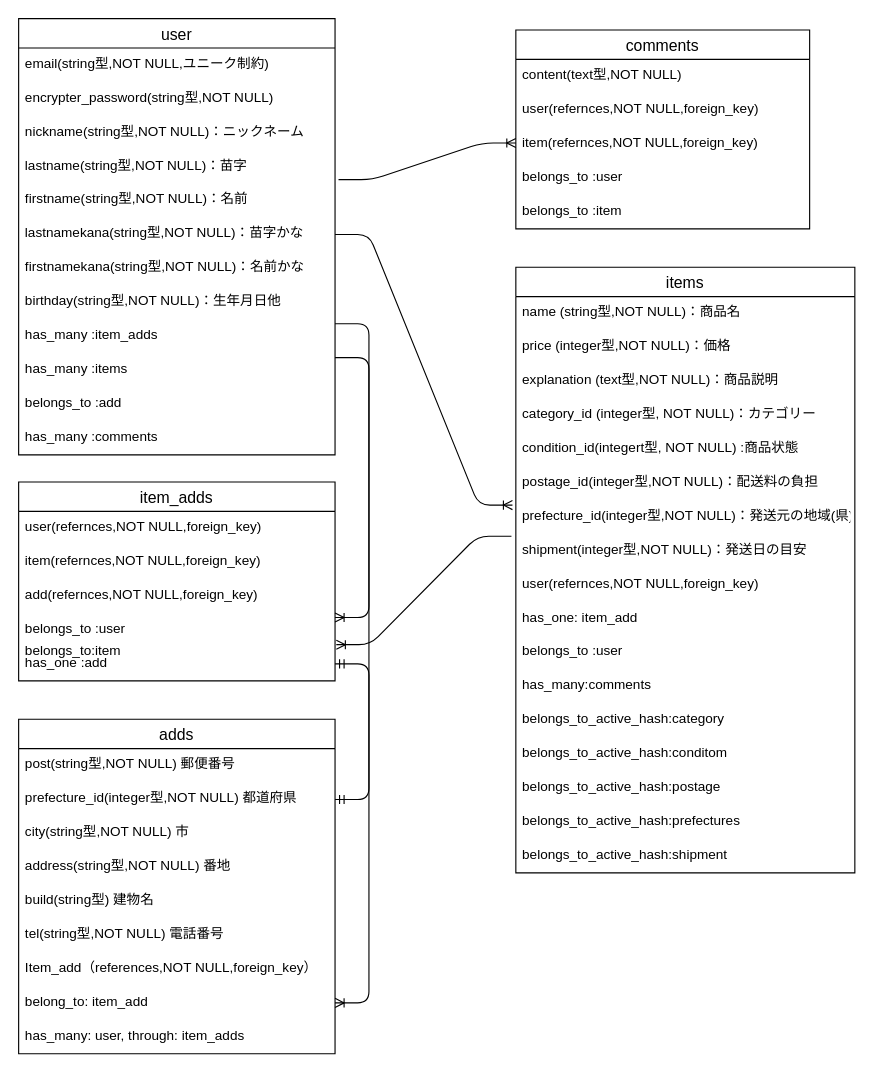
The draw.io diagram ER.dio in bitich/furima-39113, before the edit. Source tidied: cells renumbered, new cells numbered last; positions are measured from the earlier drawing's top-left corner, leaving out a move shared by most shapes. Both pictures are drawn from the tidied source at 113%, with x=0, y=0 at pixel (18, 18).
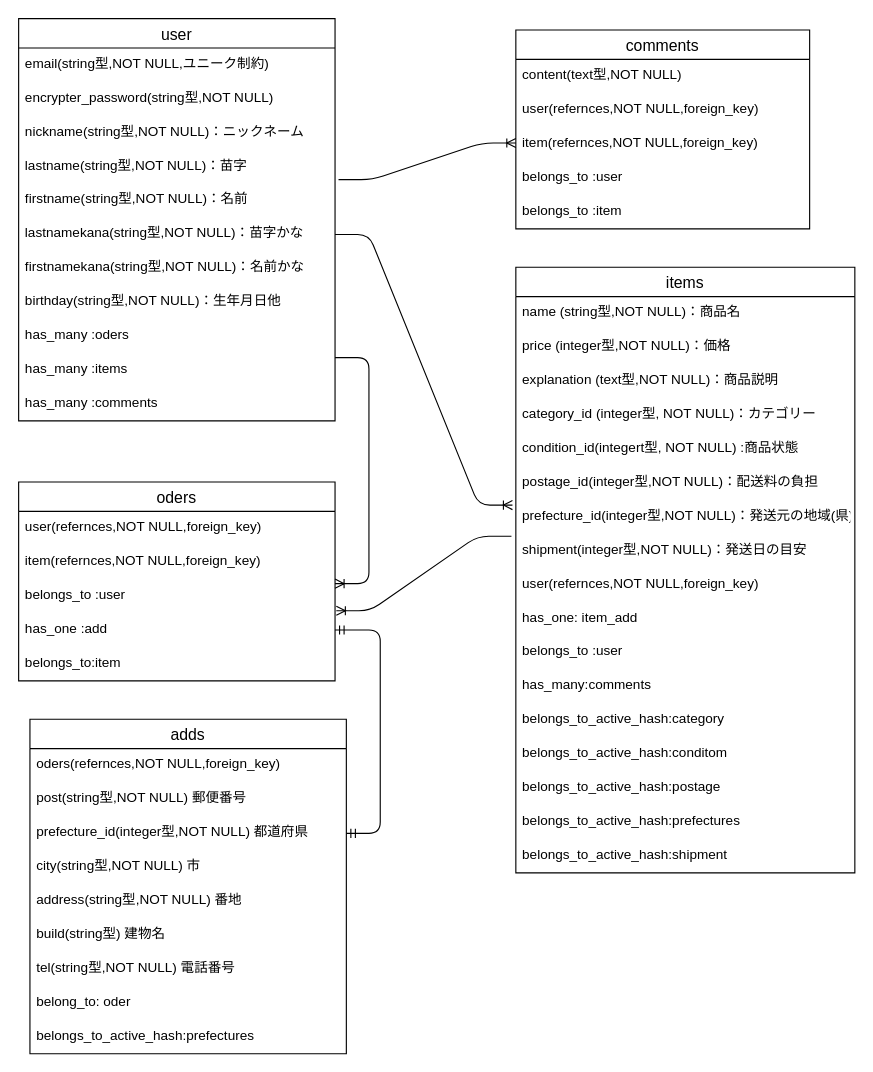
The same page after the edit.

Change to the diagram source:
```diff
@@
     <mxCell id="2" value="user" style="swimlane;fontStyle=0;horizontal=1;startSize=26;align=center;fontSize=14;" parent="1" vertex="1">
-      <mxGeometry width="280" height="386" as="geometry" />
+      <mxGeometry width="280" height="356" as="geometry" />
     </mxCell>
@@
-    <mxCell id="11" value="has_many :item_adds" style="text;strokeColor=none;fillColor=none;spacingLeft=4;spacingRight=4;overflow=hidden;fontSize=12;" parent="2" vertex="1">
+    <mxCell id="11" value="has_many :oders" style="text;strokeColor=none;fillColor=none;spacingLeft=4;spacingRight=4;overflow=hidden;fontSize=12;" parent="2" vertex="1">
       <mxGeometry y="266" width="280" height="30" as="geometry" />
     </mxCell>
@@
-    <mxCell id="13" value="belongs_to :add" style="text;strokeColor=none;fillColor=none;spacingLeft=4;spacingRight=4;overflow=hidden;fontSize=12;" parent="2" vertex="1">
-      <mxGeometry y="326" width="280" height="30" as="geometry" />
-    </mxCell>
     <mxCell id="14" value="has_many :comments" style="text;strokeColor=none;fillColor=none;spacingLeft=4;spacingRight=4;overflow=hidden;fontSize=12;" parent="2" vertex="1">
-      <mxGeometry y="356" width="280" height="30" as="geometry" />
+      <mxGeometry y="326" width="280" height="30" as="geometry" />
     </mxCell>
@@
     <mxCell id="33" value="adds" style="swimlane;fontStyle=0;horizontal=1;startSize=26;align=center;fontSize=14;" parent="1" vertex="1">
-      <mxGeometry y="620" width="280" height="296" as="geometry" />
+      <mxGeometry x="10" y="620" width="280" height="296" as="geometry" />
     </mxCell>
+    <mxCell id="46" value="oders(refernces,NOT NULL,foreign_key)" style="text;strokeColor=none;fillColor=none;spacingLeft=4;spacingRight=4;overflow=hidden;fontSize=12;" parent="33" vertex="1">
+      <mxGeometry y="26" width="280" height="30" as="geometry" />
+    </mxCell>
     <mxCell id="34" value="post(string型,NOT NULL) 郵便番号" style="text;strokeColor=none;fillColor=none;spacingLeft=4;spacingRight=4;overflow=hidden;fontSize=12;fontStyle=0;" parent="33" vertex="1">
-      <mxGeometry y="26" width="280" height="30" as="geometry" />
+      <mxGeometry y="56" width="280" height="30" as="geometry" />
     </mxCell>
     <mxCell id="35" value="prefecture_id(integer型,NOT NULL) 都道府県" style="text;strokeColor=none;fillColor=none;spacingLeft=4;spacingRight=4;overflow=hidden;points=[[0,0.5],[1,0.5]];portConstraint=eastwest;fontSize=12;" parent="33" vertex="1">
-      <mxGeometry y="56" width="280" height="30" as="geometry" />
+      <mxGeometry y="86" width="280" height="30" as="geometry" />
     </mxCell>
     <mxCell id="36" value="city(string型,NOT NULL) 市" style="text;strokeColor=none;fillColor=none;spacingLeft=4;spacingRight=4;overflow=hidden;fontSize=12;" parent="33" vertex="1">
-      <mxGeometry y="86" width="280" height="30" as="geometry" />
+      <mxGeometry y="116" width="280" height="30" as="geometry" />
     </mxCell>
     <mxCell id="37" value="address(string型,NOT NULL) 番地" style="text;strokeColor=none;fillColor=none;spacingLeft=4;spacingRight=4;overflow=hidden;fontSize=12;rounded=1;" parent="33" vertex="1">
-      <mxGeometry y="116" width="280" height="30" as="geometry" />
+      <mxGeometry y="146" width="280" height="30" as="geometry" />
     </mxCell>
     <mxCell id="38" value="build(string型) 建物名" style="text;strokeColor=none;fillColor=none;spacingLeft=4;spacingRight=4;overflow=hidden;fontSize=12;rounded=1;" parent="33" vertex="1">
-      <mxGeometry y="146" width="280" height="30" as="geometry" />
+      <mxGeometry y="176" width="280" height="30" as="geometry" />
     </mxCell>
     <mxCell id="39" value="tel(string型,NOT NULL) 電話番号" style="text;strokeColor=none;fillColor=none;spacingLeft=4;spacingRight=4;overflow=hidden;fontSize=12;rounded=1;" parent="33" vertex="1">
-      <mxGeometry y="176" width="280" height="30" as="geometry" />
+      <mxGeometry y="206" width="280" height="30" as="geometry" />
     </mxCell>
+    <mxCell id="41" value="belong_to: oder" style="text;strokeColor=none;fillColor=none;spacingLeft=4;spacingRight=4;overflow=hidden;points=[[0,0.5],[1,0.5]];portConstraint=eastwest;fontSize=12;" parent="33" vertex="1">
+      <mxGeometry y="236" width="280" height="30" as="geometry" />
+    </mxCell>
-    <mxCell id="40" value="Item_add（references,NOT NULL,foreign_key）" style="text;strokeColor=none;fillColor=none;spacingLeft=4;spacingRight=4;overflow=hidden;fontSize=12;" parent="33" vertex="1">
-      <mxGeometry y="206" width="280" height="30" as="geometry" />
+    <mxCell id="40" value="belongs_to_active_hash:prefectures" style="text;strokeColor=none;fillColor=none;spacingLeft=4;spacingRight=4;overflow=hidden;fontSize=12;" parent="33" vertex="1">
+      <mxGeometry y="266" width="280" height="30" as="geometry" />
     </mxCell>
-    <mxCell id="41" value="belong_to: item_add" style="text;strokeColor=none;fillColor=none;spacingLeft=4;spacingRight=4;overflow=hidden;points=[[0,0.5],[1,0.5]];portConstraint=eastwest;fontSize=12;" parent="33" vertex="1">
-      <mxGeometry y="236" width="280" height="30" as="geometry" />
-    </mxCell>
-    <mxCell id="42" value="has_many: user, through: item_adds" style="text;strokeColor=none;fillColor=none;spacingLeft=4;spacingRight=4;overflow=hidden;fontSize=12;" parent="33" vertex="1">
-      <mxGeometry y="266" width="280" height="30" as="geometry" />
-    </mxCell>
-    <mxCell id="43" value="item_adds" style="swimlane;fontStyle=0;horizontal=1;startSize=26;align=center;fontSize=14;" parent="1" vertex="1">
+    <mxCell id="43" value="oders" style="swimlane;fontStyle=0;horizontal=1;startSize=26;align=center;fontSize=14;" parent="1" vertex="1">
       <mxGeometry y="410" width="280" height="176" as="geometry" />
     </mxCell>
@@
-    <mxCell id="46" value="add(refernces,NOT NULL,foreign_key)" style="text;strokeColor=none;fillColor=none;spacingLeft=4;spacingRight=4;overflow=hidden;fontSize=12;" parent="43" vertex="1">
-      <mxGeometry y="86" width="280" height="30" as="geometry" />
-    </mxCell>
     <mxCell id="47" value="belongs_to :user" style="text;strokeColor=none;fillColor=none;spacingLeft=4;spacingRight=4;overflow=hidden;points=[[0,0.5],[1,0.5]];portConstraint=eastwest;fontSize=12;" parent="43" vertex="1">
-      <mxGeometry y="116" width="280" height="30" as="geometry" />
+      <mxGeometry y="86" width="280" height="30" as="geometry" />
     </mxCell>
     <mxCell id="48" value="has_one :add" style="text;strokeColor=none;fillColor=none;spacingLeft=4;spacingRight=4;overflow=hidden;points=[[0,0.5],[1,0.5]];portConstraint=eastwest;fontSize=12;" parent="43" vertex="1">
-      <mxGeometry y="146" width="280" height="30" as="geometry" />
+      <mxGeometry y="116" width="280" height="30" as="geometry" />
     </mxCell>
+    <mxCell id="60" value="belongs_to:item" style="text;strokeColor=none;fillColor=none;spacingLeft=4;spacingRight=4;overflow=hidden;fontSize=12;" parent="43" vertex="1">
+      <mxGeometry y="146" width="280" height="30" as="geometry" />
+    </mxCell>
@@
-    <mxCell id="60" value="belongs_to:item" style="text;strokeColor=none;fillColor=none;spacingLeft=4;spacingRight=4;overflow=hidden;fontSize=12;" parent="1" vertex="1">
-      <mxGeometry y="546" width="280" height="30" as="geometry" />
-    </mxCell>
-    <mxCell id="61" style="edgeStyle=entityRelationEdgeStyle;fontSize=12;html=1;endArrow=ERoneToMany;" parent="1" edge="1" target="41">
-      <mxGeometry relative="1" as="geometry">
-        <mxPoint x="280" y="270" as="sourcePoint" />
-      </mxGeometry>
-    </mxCell>
```
